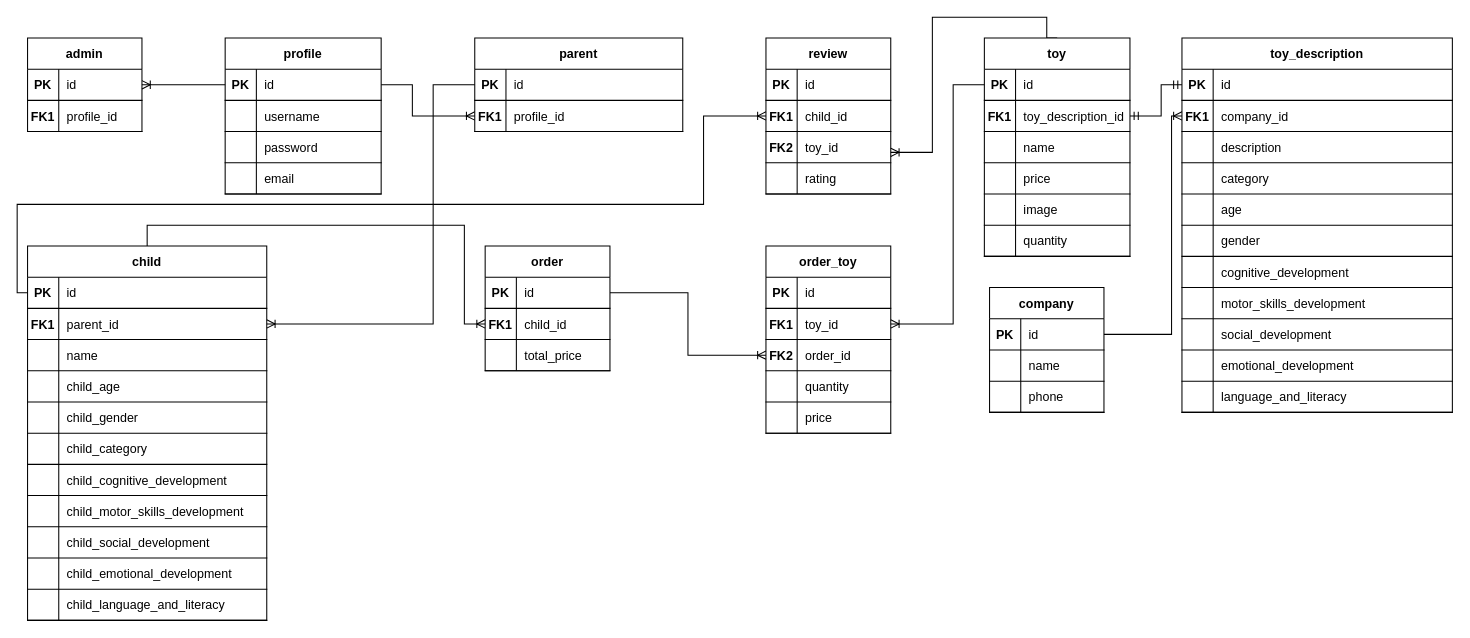
Above: LDDiagrams/ERD(LD).drawio in WalidBabi/LittleDreamers (draw.io), before the change. Source tidied: cells renumbered, new cells numbered last; positions are measured from the earlier drawing's top-left corner, leaving out a move shared by most shapes. Both pictures are drawn from the tidied source at 104%, with x=0, y=0 at pixel (17, 17).
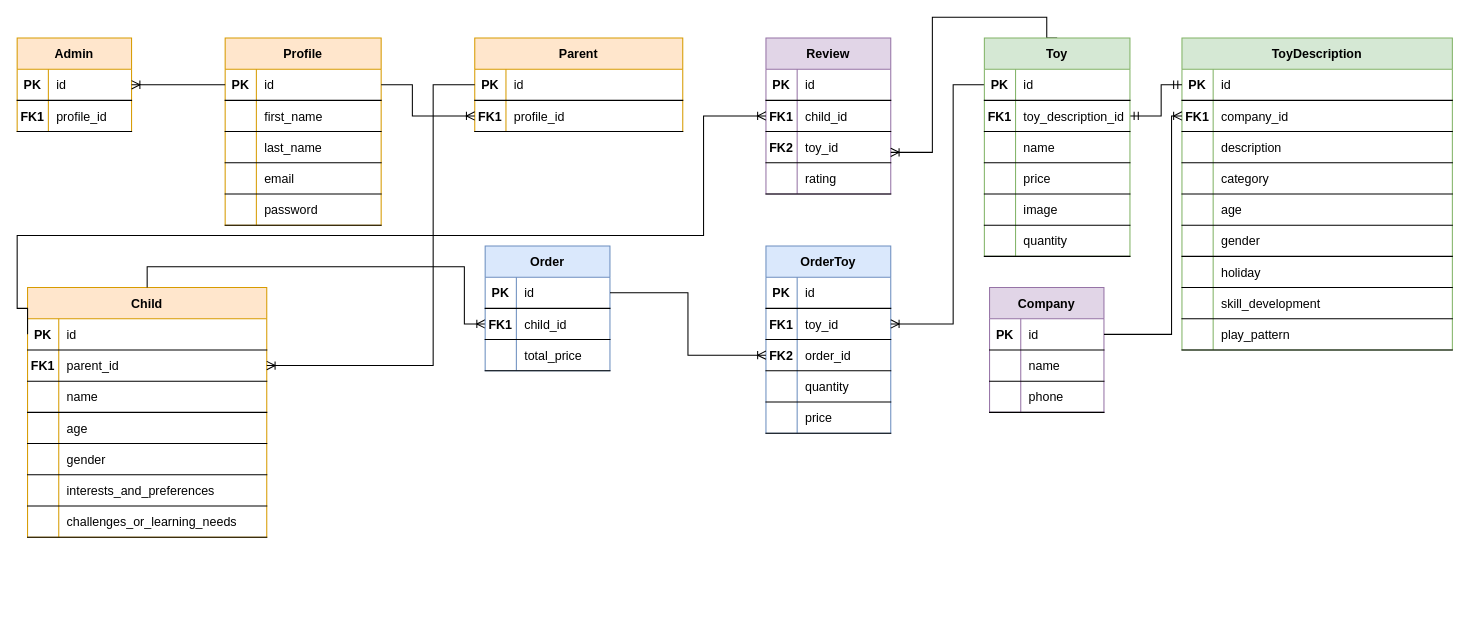
The same diagram, later.

Commit message (it also covers changes not shown here):
ERD and database modified

Unchanged cells that the change refers to:
```xml
<mxCell id="3" style="shape=partialRectangle;fillColor=none;points=[[0,0.5],[1,0.5]];portConstraint=eastwest;top=0;left=0;right=0;bottom=1;" parent="2" vertex="1">
  <mxGeometry y="30" width="230" height="30" as="geometry" />
</mxCell>
<mxCell id="6" style="shape=partialRectangle;fillColor=none;points=[[0,0.5],[1,0.5]];portConstraint=eastwest;top=0;left=0;right=0;bottom=1;" parent="2" vertex="1">
  <mxGeometry y="60" width="230" height="30" as="geometry" />
</mxCell>
<mxCell id="12" style="shape=partialRectangle;fillColor=none;top=0;left=0;right=0;bottom=1;" parent="2" vertex="1">
  <mxGeometry y="120" width="230" height="30" as="geometry" />
</mxCell>
<mxCell id="15" style="shape=partialRectangle;fillColor=none;top=0;left=0;right=0;bottom=1;" parent="2" vertex="1">
  <mxGeometry y="150" width="230" height="30" as="geometry" />
</mxCell>
<mxCell id="18" style="shape=partialRectangle;fillColor=none;top=0;left=0;right=0;bottom=1;" parent="2" vertex="1">
  <mxGeometry y="180" width="230" height="30" as="geometry" />
</mxCell>
<mxCell id="21" style="shape=partialRectangle;fillColor=none;top=0;left=0;right=0;bottom=1;" parent="2" vertex="1">
  <mxGeometry y="210" width="230" height="30" as="geometry" />
</mxCell>
<mxCell id="37" style="shape=partialRectangle;fillColor=none;points=[[0,0.5],[1,0.5]];portConstraint=eastwest;top=0;left=0;right=0;bottom=1;" parent="36" vertex="1">
  <mxGeometry y="30" width="200" height="30" as="geometry" />
</mxCell>
<mxCell id="63" style="shape=partialRectangle;fillColor=none;points=[[0,0.5],[1,0.5]];portConstraint=eastwest;top=0;left=0;right=0;bottom=1;" parent="59" vertex="1">
  <mxGeometry y="60" width="120" height="30" as="geometry" />
</mxCell>
<mxCell id="134" style="shape=partialRectangle;fillColor=none;top=0;left=0;right=0;bottom=1;" parent="130" vertex="1">
  <mxGeometry y="60" width="150" height="30" as="geometry" />
</mxCell>
<mxCell id="137" style="shape=partialRectangle;fillColor=none;top=0;left=0;right=0;bottom=1;" parent="130" vertex="1">
  <mxGeometry y="90" width="150" height="30" as="geometry" />
</mxCell>
<mxCell id="149" style="shape=partialRectangle;fillColor=none;points=[[0,0.5],[1,0.5]];portConstraint=eastwest;top=0;left=0;right=0;bottom=1;" parent="145" vertex="1">
  <mxGeometry y="60" width="120" height="30" as="geometry" />
</mxCell>
```

Diff of the diagram source:
```diff
@@
-    <mxCell id="2" value="child" style="shape=table;startSize=30;childLayout=tableLayout;rowLines=0;fontStyle=1;align=center;" parent="1" vertex="1">
-      <mxGeometry x="10" y="220" width="230" height="360" as="geometry" />
+    <mxCell id="2" value="Child" style="shape=table;startSize=30;childLayout=tableLayout;rowLines=0;fontStyle=1;align=center;fillColor=#ffe6cc;strokeColor=#d79b00;" parent="1" vertex="1">
+      <mxGeometry x="10" y="260" width="230" height="240" as="geometry" />
     </mxCell>
@@
-    <mxCell id="14" value="child_age" style="shape=partialRectangle;overflow=hidden;fillColor=none;top=0;left=0;bottom=0;right=0;align=left;spacingLeft=6;fontStyle=0;" parent="12" vertex="1">
+    <mxCell id="14" value="age" style="shape=partialRectangle;overflow=hidden;fillColor=none;top=0;left=0;bottom=0;right=0;align=left;spacingLeft=6;fontStyle=0;" parent="12" vertex="1">
       <mxGeometry x="30" width="200" height="30" as="geometry" />
     </mxCell>
@@
-    <mxCell id="17" value="child_gender" style="shape=partialRectangle;overflow=hidden;fillColor=none;top=0;left=0;bottom=0;right=0;align=left;spacingLeft=6;fontStyle=0;" parent="15" vertex="1">
+    <mxCell id="17" value="gender" style="shape=partialRectangle;overflow=hidden;fillColor=none;top=0;left=0;bottom=0;right=0;align=left;spacingLeft=6;fontStyle=0;" parent="15" vertex="1">
       <mxGeometry x="30" width="200" height="30" as="geometry" />
     </mxCell>
@@
-    <mxCell id="20" value="child_category" style="shape=partialRectangle;overflow=hidden;fillColor=none;top=0;left=0;bottom=0;right=0;align=left;spacingLeft=6;fontStyle=0;" parent="18" vertex="1">
+    <mxCell id="20" value="interests_and_preferences" style="shape=partialRectangle;overflow=hidden;fillColor=none;top=0;left=0;bottom=0;right=0;align=left;spacingLeft=6;fontStyle=0;" parent="18" vertex="1">
       <mxGeometry x="30" width="200" height="30" as="geometry" />
     </mxCell>
@@
-    <mxCell id="23" value="child_cognitive_development" style="shape=partialRectangle;overflow=hidden;fillColor=none;top=0;left=0;bottom=0;right=0;align=left;spacingLeft=6;fontStyle=0;" parent="21" vertex="1">
+    <mxCell id="23" value="challenges_or_learning_needs" style="shape=partialRectangle;overflow=hidden;fillColor=none;top=0;left=0;bottom=0;right=0;align=left;spacingLeft=6;fontStyle=0;" parent="21" vertex="1">
       <mxGeometry x="30" width="200" height="30" as="geometry" />
     </mxCell>
-    <mxCell id="24" style="shape=partialRectangle;fillColor=none;top=0;left=0;right=0;bottom=1;" parent="2" vertex="1">
-      <mxGeometry y="240" width="230" height="30" as="geometry" />
-    </mxCell>
-    <mxCell id="25" style="shape=partialRectangle;overflow=hidden;fillColor=none;top=0;left=0;bottom=0;right=0;fontStyle=1;" parent="24" vertex="1">
-      <mxGeometry width="30" height="30" as="geometry" />
-    </mxCell>
-    <mxCell id="26" value="child_motor_skills_development" style="shape=partialRectangle;overflow=hidden;fillColor=none;top=0;left=0;bottom=0;right=0;align=left;spacingLeft=6;fontStyle=0;" parent="24" vertex="1">
-      <mxGeometry x="30" width="200" height="30" as="geometry" />
-    </mxCell>
-    <mxCell id="27" style="shape=partialRectangle;fillColor=none;top=0;left=0;right=0;bottom=1;" parent="2" vertex="1">
-      <mxGeometry y="270" width="230" height="30" as="geometry" />
-    </mxCell>
-    <mxCell id="28" style="shape=partialRectangle;overflow=hidden;fillColor=none;top=0;left=0;bottom=0;right=0;fontStyle=1;" parent="27" vertex="1">
-      <mxGeometry width="30" height="30" as="geometry" />
-    </mxCell>
-    <mxCell id="29" value="child_social_development" style="shape=partialRectangle;overflow=hidden;fillColor=none;top=0;left=0;bottom=0;right=0;align=left;spacingLeft=6;fontStyle=0;" parent="27" vertex="1">
-      <mxGeometry x="30" width="200" height="30" as="geometry" />
-    </mxCell>
-    <mxCell id="30" style="shape=partialRectangle;fillColor=none;top=0;left=0;right=0;bottom=1;" parent="2" vertex="1">
-      <mxGeometry y="300" width="230" height="30" as="geometry" />
-    </mxCell>
-    <mxCell id="31" style="shape=partialRectangle;overflow=hidden;fillColor=none;top=0;left=0;bottom=0;right=0;fontStyle=1;" parent="30" vertex="1">
-      <mxGeometry width="30" height="30" as="geometry" />
-    </mxCell>
-    <mxCell id="32" value="child_emotional_development" style="shape=partialRectangle;overflow=hidden;fillColor=none;top=0;left=0;bottom=0;right=0;align=left;spacingLeft=6;fontStyle=0;" parent="30" vertex="1">
-      <mxGeometry x="30" width="200" height="30" as="geometry" />
-    </mxCell>
-    <mxCell id="33" style="shape=partialRectangle;fillColor=none;top=0;left=0;right=0;bottom=1;" parent="2" vertex="1">
-      <mxGeometry y="330" width="230" height="30" as="geometry" />
-    </mxCell>
-    <mxCell id="34" style="shape=partialRectangle;overflow=hidden;fillColor=none;top=0;left=0;bottom=0;right=0;fontStyle=1;" parent="33" vertex="1">
-      <mxGeometry width="30" height="30" as="geometry" />
-    </mxCell>
-    <mxCell id="35" value="child_language_and_literacy" style="shape=partialRectangle;overflow=hidden;fillColor=none;top=0;left=0;bottom=0;right=0;align=left;spacingLeft=6;fontStyle=0;" parent="33" vertex="1">
-      <mxGeometry x="30" width="200" height="30" as="geometry" />
-    </mxCell>
-    <mxCell id="36" value="parent" style="shape=table;startSize=30;childLayout=tableLayout;rowLines=0;fontStyle=1;align=center;" parent="1" vertex="1">
+    <mxCell id="36" value="Parent" style="shape=table;startSize=30;childLayout=tableLayout;rowLines=0;fontStyle=1;align=center;fillColor=#ffe6cc;strokeColor=#d79b00;" parent="1" vertex="1">
       <mxGeometry x="440" y="20" width="200" height="90" as="geometry" />
     </mxCell>
@@
-    <mxCell id="43" value="order_toy" style="shape=table;startSize=30;childLayout=tableLayout;rowLines=0;fontStyle=1;align=center;" parent="1" vertex="1">
+    <mxCell id="43" value="OrderToy" style="shape=table;startSize=30;childLayout=tableLayout;rowLines=0;fontStyle=1;align=center;fillColor=#dae8fc;strokeColor=#6c8ebf;" parent="1" vertex="1">
       <mxGeometry x="720" y="220" width="120" height="180" as="geometry" />
     </mxCell>
@@
-    <mxCell id="59" value="review" style="shape=table;startSize=30;childLayout=tableLayout;rowLines=0;fontStyle=1;align=center;" parent="1" vertex="1">
+    <mxCell id="59" value="Review" style="shape=table;startSize=30;childLayout=tableLayout;rowLines=0;fontStyle=1;align=center;fillColor=#e1d5e7;strokeColor=#9673a6;" parent="1" vertex="1">
       <mxGeometry x="720" y="20" width="120" height="150" as="geometry" />
     </mxCell>
@@
-    <mxCell id="72" value="toy_description" style="shape=table;startSize=30;childLayout=tableLayout;rowLines=0;fontStyle=1;align=center;" parent="1" vertex="1">
-      <mxGeometry x="1120" y="20" width="260" height="360" as="geometry" />
+    <mxCell id="72" value="ToyDescription" style="shape=table;startSize=30;childLayout=tableLayout;rowLines=0;fontStyle=1;align=center;fillColor=#d5e8d4;strokeColor=#82b366;" parent="1" vertex="1">
+      <mxGeometry x="1120" y="20" width="260" height="300" as="geometry" />
     </mxCell>
@@
-    <mxCell id="91" style="shape=partialRectangle;fillColor=none;top=0;left=0;right=0;bottom=1;" parent="72" vertex="1">
-      <mxGeometry y="210" width="260" height="30" as="geometry" />
-    </mxCell>
-    <mxCell id="92" style="shape=partialRectangle;overflow=hidden;fillColor=none;top=0;left=0;bottom=0;right=0;fontStyle=1;" parent="91" vertex="1">
-      <mxGeometry width="30" height="30" as="geometry" />
-    </mxCell>
-    <mxCell id="93" value="cognitive_development" style="shape=partialRectangle;overflow=hidden;fillColor=none;top=0;left=0;bottom=0;right=0;align=left;spacingLeft=6;fontStyle=0;" parent="91" vertex="1">
-      <mxGeometry x="30" width="230" height="30" as="geometry" />
-    </mxCell>
-    <mxCell id="94" style="shape=partialRectangle;fillColor=none;top=0;left=0;right=0;bottom=1;" parent="72" vertex="1">
-      <mxGeometry y="240" width="260" height="30" as="geometry" />
-    </mxCell>
-    <mxCell id="95" style="shape=partialRectangle;overflow=hidden;fillColor=none;top=0;left=0;bottom=0;right=0;fontStyle=1;" parent="94" vertex="1">
-      <mxGeometry width="30" height="30" as="geometry" />
-    </mxCell>
-    <mxCell id="96" value="motor_skills_development" style="shape=partialRectangle;overflow=hidden;fillColor=none;top=0;left=0;bottom=0;right=0;align=left;spacingLeft=6;fontStyle=0;" parent="94" vertex="1">
-      <mxGeometry x="30" width="230" height="30" as="geometry" />
-    </mxCell>
-    <mxCell id="97" style="shape=partialRectangle;fillColor=none;top=0;left=0;right=0;bottom=1;" parent="72" vertex="1">
-      <mxGeometry y="270" width="260" height="30" as="geometry" />
-    </mxCell>
-    <mxCell id="98" style="shape=partialRectangle;overflow=hidden;fillColor=none;top=0;left=0;bottom=0;right=0;fontStyle=1;" parent="97" vertex="1">
-      <mxGeometry width="30" height="30" as="geometry" />
-    </mxCell>
-    <mxCell id="99" value="social_development" style="shape=partialRectangle;overflow=hidden;fillColor=none;top=0;left=0;bottom=0;right=0;align=left;spacingLeft=6;fontStyle=0;" parent="97" vertex="1">
-      <mxGeometry x="30" width="230" height="30" as="geometry" />
-    </mxCell>
-    <mxCell id="100" style="shape=partialRectangle;fillColor=none;top=0;left=0;right=0;bottom=1;" parent="72" vertex="1">
-      <mxGeometry y="300" width="260" height="30" as="geometry" />
-    </mxCell>
-    <mxCell id="101" style="shape=partialRectangle;overflow=hidden;fillColor=none;top=0;left=0;bottom=0;right=0;fontStyle=1;" parent="100" vertex="1">
-      <mxGeometry width="30" height="30" as="geometry" />
-    </mxCell>
-    <mxCell id="102" value="emotional_development" style="shape=partialRectangle;overflow=hidden;fillColor=none;top=0;left=0;bottom=0;right=0;align=left;spacingLeft=6;fontStyle=0;" parent="100" vertex="1">
-      <mxGeometry x="30" width="230" height="30" as="geometry" />
-    </mxCell>
     <mxCell id="103" style="shape=partialRectangle;fillColor=none;top=0;left=0;right=0;bottom=1;" parent="72" vertex="1">
-      <mxGeometry y="330" width="260" height="30" as="geometry" />
+      <mxGeometry y="210" width="260" height="30" as="geometry" />
     </mxCell>
@@
-    <mxCell id="105" value="language_and_literacy" style="shape=partialRectangle;overflow=hidden;fillColor=none;top=0;left=0;bottom=0;right=0;align=left;spacingLeft=6;fontStyle=0;" parent="103" vertex="1">
+    <mxCell id="105" value="holiday" style="shape=partialRectangle;overflow=hidden;fillColor=none;top=0;left=0;bottom=0;right=0;align=left;spacingLeft=6;fontStyle=0;" parent="103" vertex="1">
       <mxGeometry x="30" width="230" height="30" as="geometry" />
     </mxCell>
+    <mxCell id="94" style="shape=partialRectangle;fillColor=none;top=0;left=0;right=0;bottom=1;" parent="72" vertex="1">
+      <mxGeometry y="240" width="260" height="30" as="geometry" />
+    </mxCell>
+    <mxCell id="175" style="shape=partialRectangle;overflow=hidden;fillColor=none;top=0;left=0;bottom=0;right=0;fontStyle=1;" parent="94" vertex="1">
+      <mxGeometry width="30" height="30" as="geometry" />
+    </mxCell>
+    <mxCell id="176" value="skill_development" style="shape=partialRectangle;overflow=hidden;fillColor=none;top=0;left=0;bottom=0;right=0;align=left;spacingLeft=6;fontStyle=0;" parent="94" vertex="1">
+      <mxGeometry x="30" width="230" height="30" as="geometry" />
+    </mxCell>
+    <mxCell id="97" style="shape=partialRectangle;fillColor=none;top=0;left=0;right=0;bottom=1;" parent="72" vertex="1">
+      <mxGeometry y="270" width="260" height="30" as="geometry" />
+    </mxCell>
+    <mxCell id="177" style="shape=partialRectangle;overflow=hidden;fillColor=none;top=0;left=0;bottom=0;right=0;fontStyle=1;" parent="97" vertex="1">
+      <mxGeometry width="30" height="30" as="geometry" />
+    </mxCell>
+    <mxCell id="178" value="play_pattern" style="shape=partialRectangle;overflow=hidden;fillColor=none;top=0;left=0;bottom=0;right=0;align=left;spacingLeft=6;fontStyle=0;" parent="97" vertex="1">
+      <mxGeometry x="30" width="230" height="30" as="geometry" />
+    </mxCell>
     <mxCell id="106" style="edgeStyle=orthogonalEdgeStyle;fontSize=12;html=1;endArrow=ERoneToMany;rounded=0;exitX=0.5;exitY=0;exitDx=0;exitDy=0;entryX=0;entryY=0.5;entryDx=0;entryDy=0;" parent="1" edge="1" source="2" target="149">
       <mxGeometry relative="1" as="geometry">
         <Array as="points">
-          <mxPoint x="125" y="200" />
-          <mxPoint x="430" y="200" />
+          <mxPoint x="125" y="240" />
+          <mxPoint x="430" y="240" />
           <mxPoint x="430" y="295" />
         </Array>
       </mxGeometry>
     </mxCell>
@@
     <mxCell id="109" style="edgeStyle=orthogonalEdgeStyle;fontSize=12;html=1;endArrow=ERoneToMany;rounded=0;exitX=0;exitY=0.5;exitDx=0;exitDy=0;entryX=0;entryY=0.5;entryDx=0;entryDy=0;" parent="1" edge="1" source="3" target="63">
       <mxGeometry relative="1" as="geometry">
         <Array as="points">
-          <mxPoint y="265" />
-          <mxPoint y="180" />
-          <mxPoint x="660" y="180" />
+          <mxPoint x="10" y="280" />
+          <mxPoint y="280" />
+          <mxPoint y="210" />
+          <mxPoint x="660" y="210" />
           <mxPoint x="660" y="95" />
         </Array>
       </mxGeometry>
     </mxCell>
@@
     <mxCell id="111" style="edgeStyle=orthogonalEdgeStyle;fontSize=12;html=1;endArrow=ERoneToMany;rounded=0;entryX=1;entryY=0.5;entryDx=0;entryDy=0;exitX=0;exitY=0.5;exitDx=0;exitDy=0;" parent="1" edge="1" source="37" target="6">
       <mxGeometry relative="1" as="geometry">
         <Array as="points">
           <mxPoint x="400" y="65" />
-          <mxPoint x="400" y="295" />
+          <mxPoint x="400" y="335" />
         </Array>
       </mxGeometry>
     </mxCell>
-    <mxCell id="112" value="company" style="shape=table;startSize=30;childLayout=tableLayout;rowLines=0;fontStyle=1;align=center;" parent="1" vertex="1">
+    <mxCell id="112" value="Company" style="shape=table;startSize=30;childLayout=tableLayout;rowLines=0;fontStyle=1;align=center;fillColor=#e1d5e7;strokeColor=#9673a6;" parent="1" vertex="1">
       <mxGeometry x="935" y="260" width="110" height="120" as="geometry" />
     </mxCell>
@@
-    <mxCell id="123" value="admin" style="shape=table;startSize=30;childLayout=tableLayout;rowLines=0;fontStyle=1;align=center;" parent="1" vertex="1">
-      <mxGeometry x="10" y="20" width="110" height="90" as="geometry" />
+    <mxCell id="123" value="Admin" style="shape=table;startSize=30;childLayout=tableLayout;rowLines=0;fontStyle=1;align=center;fillColor=#ffe6cc;strokeColor=#d79b00;" parent="1" vertex="1">
+      <mxGeometry y="20" width="110" height="90" as="geometry" />
     </mxCell>
@@
-    <mxCell id="130" value="profile" style="shape=table;startSize=30;childLayout=tableLayout;rowLines=0;fontStyle=1;align=center;" parent="1" vertex="1">
-      <mxGeometry x="200" y="20" width="150" height="150" as="geometry" />
+    <mxCell id="130" value="Profile" style="shape=table;startSize=30;childLayout=tableLayout;rowLines=0;fontStyle=1;align=center;fillColor=#ffe6cc;strokeColor=#d79b00;" parent="1" vertex="1">
+      <mxGeometry x="200" y="20" width="150" height="180" as="geometry" />
     </mxCell>
@@
-    <mxCell id="136" value="username" style="shape=partialRectangle;overflow=hidden;fillColor=none;top=0;left=0;bottom=0;right=0;align=left;spacingLeft=6;fontStyle=0;" parent="134" vertex="1">
+    <mxCell id="136" value="first_name" style="shape=partialRectangle;overflow=hidden;fillColor=none;top=0;left=0;bottom=0;right=0;align=left;spacingLeft=6;fontStyle=0;" parent="134" vertex="1">
       <mxGeometry x="30" width="120" height="30" as="geometry" />
     </mxCell>
@@
-    <mxCell id="139" value="password" style="shape=partialRectangle;overflow=hidden;fillColor=none;top=0;left=0;bottom=0;right=0;align=left;spacingLeft=6;fontStyle=0;" parent="137" vertex="1">
+    <mxCell id="139" value="last_name" style="shape=partialRectangle;overflow=hidden;fillColor=none;top=0;left=0;bottom=0;right=0;align=left;spacingLeft=6;fontStyle=0;" parent="137" vertex="1">
       <mxGeometry x="30" width="120" height="30" as="geometry" />
     </mxCell>
@@
+    <mxCell id="179" style="shape=partialRectangle;fillColor=none;top=0;left=0;right=0;bottom=1;" parent="130" vertex="1">
+      <mxGeometry y="150" width="150" height="30" as="geometry" />
+    </mxCell>
+    <mxCell id="180" style="shape=partialRectangle;overflow=hidden;fillColor=none;top=0;left=0;bottom=0;right=0;fontStyle=1;" parent="179" vertex="1">
+      <mxGeometry width="30" height="30" as="geometry" />
+    </mxCell>
+    <mxCell id="181" value="password" style="shape=partialRectangle;overflow=hidden;fillColor=none;top=0;left=0;bottom=0;right=0;align=left;spacingLeft=6;fontStyle=0;" parent="179" vertex="1">
+      <mxGeometry x="30" width="120" height="30" as="geometry" />
+    </mxCell>
@@
-    <mxCell id="145" value="order" style="shape=table;startSize=30;childLayout=tableLayout;rowLines=0;fontStyle=1;align=center;" parent="1" vertex="1">
+    <mxCell id="145" value="Order" style="shape=table;startSize=30;childLayout=tableLayout;rowLines=0;fontStyle=1;align=center;fillColor=#dae8fc;strokeColor=#6c8ebf;" parent="1" vertex="1">
       <mxGeometry x="450" y="220" width="120" height="120" as="geometry" />
     </mxCell>
@@
-    <mxCell id="156" value="toy" style="shape=table;startSize=30;childLayout=tableLayout;rowLines=0;fontStyle=1;align=center;" parent="1" vertex="1">
+    <mxCell id="156" value="Toy" style="shape=table;startSize=30;childLayout=tableLayout;rowLines=0;fontStyle=1;align=center;fillColor=#d5e8d4;strokeColor=#82b366;" parent="1" vertex="1">
       <mxGeometry x="930" y="20" width="140" height="210" as="geometry" />
     </mxCell>
```
